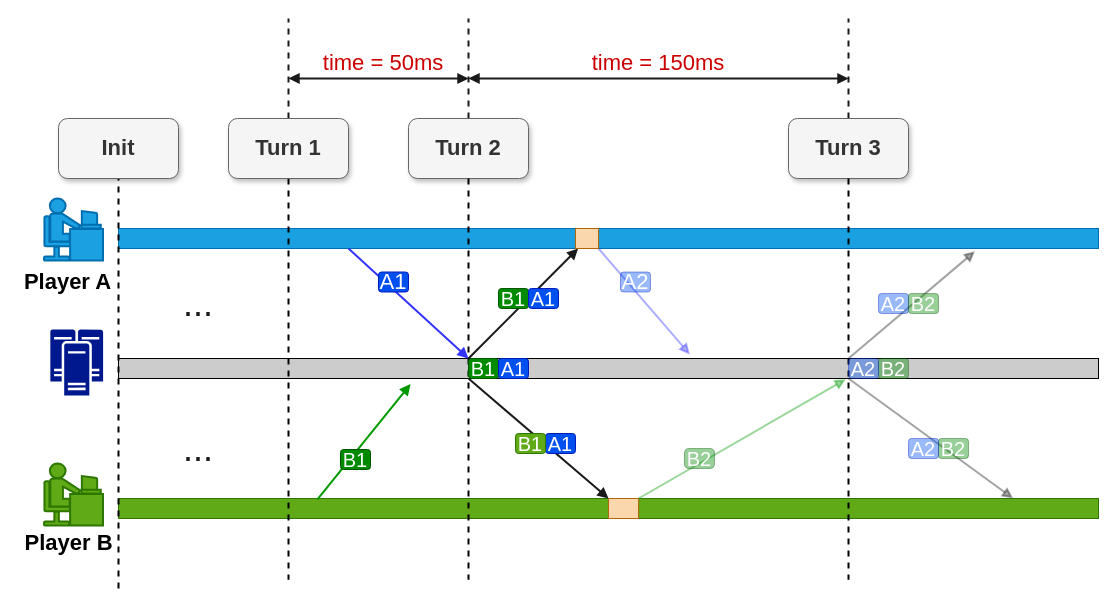
Earlier version of the draw.io diagram page "确定性帧同步" (16 of 51) of booming/Booming ypwangv9.0 final new 104ppt-17.drawio (yrdimple/flowChart). Source tidied: cells renumbered, new cells numbered last; positions are measured from the earlier drawing's top-left corner, leaving out a move shared by most shapes. Both pictures are drawn from the tidied source at 100%, with x=0, y=0 at pixel (17, 18).
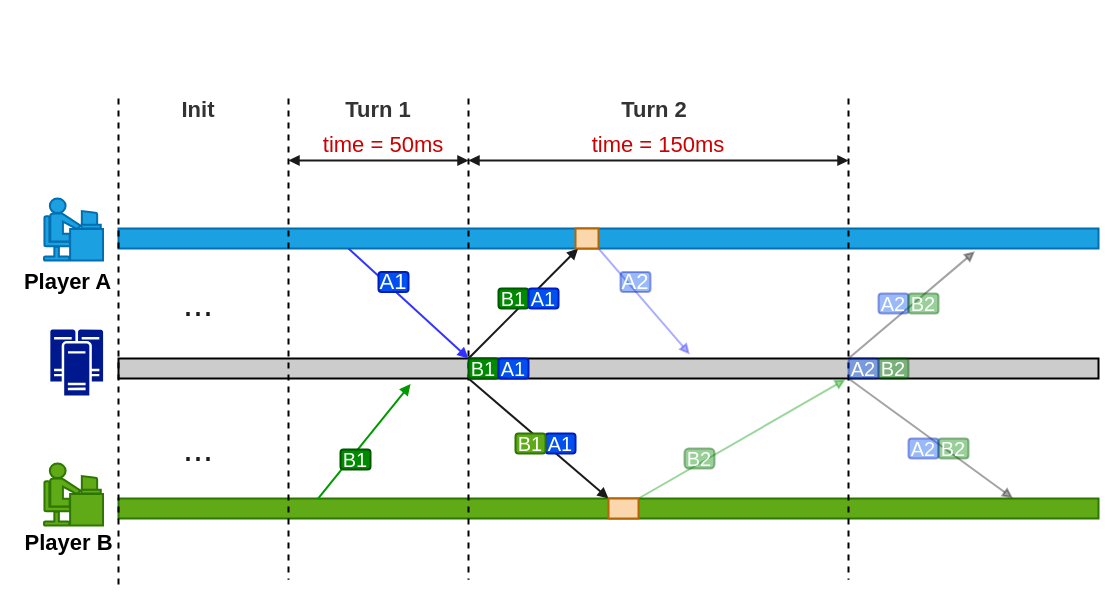
Above is the later version.

What changed in the source:
```diff
@@
-    <mxCell id="2" style="rounded=0;whiteSpace=wrap;html=1;fillColor=#CCCCCC;" parent="1" vertex="1">
+    <mxCell id="2" style="rounded=0;whiteSpace=wrap;html=1;fillColor=#CCCCCC;strokeWidth=2;" parent="1" vertex="1">
       <mxGeometry x="101" y="340" width="980" height="20" as="geometry" />
     </mxCell>
-    <mxCell id="3" style="rounded=0;whiteSpace=wrap;html=1;fillColor=#60a917;strokeColor=#2D7600;fontColor=#ffffff;" parent="1" vertex="1">
+    <mxCell id="3" style="rounded=0;whiteSpace=wrap;html=1;fillColor=#60a917;strokeColor=#2D7600;fontColor=#ffffff;strokeWidth=2;" parent="1" vertex="1">
       <mxGeometry x="101" y="480" width="980" height="20" as="geometry" />
     </mxCell>
-    <mxCell id="4" style="rounded=0;whiteSpace=wrap;html=1;fillColor=#1ba1e2;strokeColor=#006EAF;fontColor=#ffffff;" parent="1" vertex="1">
+    <mxCell id="4" style="rounded=0;whiteSpace=wrap;html=1;fillColor=#1ba1e2;strokeColor=#006EAF;fontColor=#ffffff;strokeWidth=2;" parent="1" vertex="1">
       <mxGeometry x="101" y="210" width="980" height="20" as="geometry" />
     </mxCell>
     <mxCell id="5" style="edgeStyle=none;rounded=0;orthogonalLoop=1;jettySize=auto;html=1;dashed=1;endArrow=none;endFill=0;strokeWidth=2;" parent="1" edge="1">
       <mxGeometry relative="1" as="geometry">
-        <mxPoint x="101" y="120" as="sourcePoint" />
+        <mxPoint x="101" y="80" as="sourcePoint" />
         <mxPoint x="101" y="570" as="targetPoint" />
       </mxGeometry>
     </mxCell>
-    <mxCell id="6" style="edgeStyle=orthogonalEdgeStyle;rounded=0;jettySize=auto;html=1;dashed=1;endArrow=none;endFill=0;strokeWidth=2;" parent="1" edge="1" source="8">
+    <mxCell id="6" style="edgeStyle=orthogonalEdgeStyle;rounded=0;orthogonalLoop=1;jettySize=auto;html=1;dashed=1;endArrow=none;endFill=0;strokeWidth=2;" parent="1" edge="1">
       <mxGeometry relative="1" as="geometry">
+        <mxPoint x="271" y="80" as="sourcePoint" />
         <mxPoint x="271" y="561.3" as="targetPoint" />
       </mxGeometry>
     </mxCell>
-    <mxCell id="7" style="edgeStyle=none;rounded=0;jettySize=auto;html=1;dashed=1;fontSize=22;fontColor=#CC0000;endArrow=none;endFill=0;strokeColor=#1A1A1A;strokeWidth=2;" parent="1" edge="1" source="8">
-      <mxGeometry relative="1" as="geometry">
-        <mxPoint x="271" as="targetPoint" />
-      </mxGeometry>
-    </mxCell>
-    <mxCell id="8" value="Turn 1" style="rounded=1;whiteSpace=wrap;html=1;fontSize=22;fillColor=#f5f5f5;strokeColor=#666666;fontColor=#333333;shadow=1;sketch=0;glass=0;fontStyle=1;" parent="1" vertex="1">
-      <mxGeometry x="211" y="100" width="120" height="60" as="geometry" />
-    </mxCell>
-    <mxCell id="9" style="edgeStyle=none;rounded=0;jettySize=auto;html=1;exitX=0.5;exitY=0;exitDx=0;exitDy=0;dashed=1;fontSize=22;fontColor=#CC0000;endArrow=none;endFill=0;strokeColor=#1A1A1A;strokeWidth=2;" parent="1" edge="1" source="10">
-      <mxGeometry relative="1" as="geometry">
-        <mxPoint x="451" as="targetPoint" />
-      </mxGeometry>
-    </mxCell>
-    <mxCell id="10" value="Turn 2" style="rounded=1;whiteSpace=wrap;html=1;fontSize=22;fillColor=#f5f5f5;strokeColor=#666666;fontColor=#333333;shadow=1;sketch=0;glass=0;fontStyle=1;" parent="1" vertex="1">
-      <mxGeometry x="391" y="100" width="120" height="60" as="geometry" />
-    </mxCell>
-    <mxCell id="11" style="edgeStyle=orthogonalEdgeStyle;rounded=0;jettySize=auto;html=1;dashed=1;endArrow=none;endFill=0;strokeWidth=2;" parent="1" edge="1" source="10">
+    <mxCell id="11" style="edgeStyle=orthogonalEdgeStyle;rounded=0;orthogonalLoop=1;jettySize=auto;html=1;dashed=1;endArrow=none;endFill=0;strokeWidth=2;" parent="1" edge="1">
       <mxGeometry relative="1" as="geometry">
+        <mxPoint x="451" y="80" as="sourcePoint" />
         <mxPoint x="451" y="561.3" as="targetPoint" />
       </mxGeometry>
     </mxCell>
-    <mxCell id="12" style="edgeStyle=none;rounded=0;jettySize=auto;html=1;dashed=1;fontSize=22;fontColor=#CC0000;endArrow=none;endFill=0;strokeColor=#1A1A1A;strokeWidth=2;" parent="1" edge="1" source="13">
-      <mxGeometry relative="1" as="geometry">
-        <mxPoint x="831" as="targetPoint" />
-      </mxGeometry>
-    </mxCell>
-    <mxCell id="13" value="Turn 3" style="rounded=1;whiteSpace=wrap;html=1;fontSize=22;fillColor=#f5f5f5;strokeColor=#666666;fontColor=#333333;shadow=1;sketch=0;glass=0;fontStyle=1;" parent="1" vertex="1">
-      <mxGeometry x="771" y="100" width="120" height="60" as="geometry" />
-    </mxCell>
-    <mxCell id="14" style="edgeStyle=orthogonalEdgeStyle;rounded=0;jettySize=auto;html=1;dashed=1;endArrow=none;endFill=0;strokeWidth=2;" parent="1" edge="1" source="13">
+    <mxCell id="14" style="edgeStyle=orthogonalEdgeStyle;rounded=0;orthogonalLoop=1;jettySize=auto;html=1;dashed=1;endArrow=none;endFill=0;strokeWidth=2;" parent="1" edge="1">
       <mxGeometry relative="1" as="geometry">
+        <mxPoint x="831" y="80" as="sourcePoint" />
         <mxPoint x="831" y="561.3" as="targetPoint" />
       </mxGeometry>
     </mxCell>
@@
-    <mxCell id="23" value="Init" style="rounded=1;whiteSpace=wrap;html=1;fontSize=22;fillColor=#f5f5f5;strokeColor=#666666;fontColor=#333333;shadow=1;sketch=0;glass=0;fontStyle=1;" parent="1" vertex="1">
-      <mxGeometry x="41" y="100" width="120" height="60" as="geometry" />
-    </mxCell>
     <mxCell id="24" style="endArrow=block;startArrow=block;html=1;rounded=0;fontSize=22;fontColor=#CC0000;strokeColor=#1A1A1A;strokeWidth=2;endFill=1;startFill=1;" parent="1" edge="1">
       <mxGeometry relative="1" as="geometry">
-        <mxPoint x="271" y="60" as="sourcePoint" />
-        <mxPoint x="451" y="60" as="targetPoint" />
+        <mxPoint x="271" y="142" as="sourcePoint" />
+        <mxPoint x="451" y="142" as="targetPoint" />
       </mxGeometry>
     </mxCell>
     <mxCell id="25" style="endArrow=block;startArrow=block;html=1;rounded=0;fontSize=22;fontColor=#CC0000;strokeColor=#1A1A1A;strokeWidth=2;endFill=1;startFill=1;" parent="1" edge="1">
       <mxGeometry relative="1" as="geometry">
-        <mxPoint x="451" y="60" as="sourcePoint" />
-        <mxPoint x="831" y="60" as="targetPoint" />
+        <mxPoint x="451" y="142" as="sourcePoint" />
+        <mxPoint x="831" y="142" as="targetPoint" />
       </mxGeometry>
     </mxCell>
-    <mxCell id="26" value="time = 50ms" style="text;html=1;strokeColor=none;fillColor=none;align=center;verticalAlign=middle;whiteSpace=wrap;rounded=0;fontSize=22;fontColor=#CC0000;" parent="1" vertex="1">
-      <mxGeometry x="301" y="30" width="130" height="30" as="geometry" />
+    <mxCell id="26" value="time = 50ms" style="text;html=1;strokeColor=none;fillColor=none;align=center;verticalAlign=middle;whiteSpace=wrap;rounded=0;fontSize=22;fontColor=#CC0000;strokeWidth=2;" parent="1" vertex="1">
+      <mxGeometry x="301" y="112" width="130" height="30" as="geometry" />
     </mxCell>
-    <mxCell id="27" value="time = 150ms" style="text;html=1;strokeColor=none;fillColor=none;align=center;verticalAlign=middle;whiteSpace=wrap;rounded=0;fontSize=22;fontColor=#CC0000;" parent="1" vertex="1">
-      <mxGeometry x="531" y="30" width="220" height="30" as="geometry" />
+    <mxCell id="27" value="time = 150ms" style="text;html=1;strokeColor=none;fillColor=none;align=center;verticalAlign=middle;whiteSpace=wrap;rounded=0;fontSize=22;fontColor=#CC0000;strokeWidth=2;" parent="1" vertex="1">
+      <mxGeometry x="531" y="112" width="220" height="30" as="geometry" />
     </mxCell>
-    <mxCell id="28" value="..." style="text;html=1;strokeColor=none;fillColor=none;align=center;verticalAlign=middle;whiteSpace=wrap;rounded=0;fontSize=36;fontColor=#1A1A1A;strokeWidth=1;" parent="1" vertex="1">
+    <mxCell id="28" value="..." style="text;html=1;strokeColor=none;fillColor=none;align=center;verticalAlign=middle;whiteSpace=wrap;rounded=0;fontSize=36;fontColor=#1A1A1A;strokeWidth=2;" parent="1" vertex="1">
       <mxGeometry x="151" y="270" width="60" height="30" as="geometry" />
     </mxCell>
-    <mxCell id="29" value="..." style="text;html=1;strokeColor=none;fillColor=none;align=center;verticalAlign=middle;whiteSpace=wrap;rounded=0;fontSize=36;fontColor=#1A1A1A;strokeWidth=1;" parent="1" vertex="1">
+    <mxCell id="29" value="..." style="text;html=1;strokeColor=none;fillColor=none;align=center;verticalAlign=middle;whiteSpace=wrap;rounded=0;fontSize=36;fontColor=#1A1A1A;strokeWidth=2;" parent="1" vertex="1">
       <mxGeometry x="151" y="415" width="60" height="30" as="geometry" />
     </mxCell>
-    <mxCell id="30" value="B1" style="rounded=1;whiteSpace=wrap;html=1;fontSize=20;fontColor=#ffffff;strokeWidth=1;fillColor=#008a00;strokeColor=#005700;" parent="1" vertex="1">
+    <mxCell id="30" value="B1" style="rounded=1;whiteSpace=wrap;html=1;fontSize=20;fontColor=#ffffff;strokeWidth=2;fillColor=#008a00;strokeColor=#005700;" parent="1" vertex="1">
       <mxGeometry x="451" y="340" width="30" height="20" as="geometry" />
     </mxCell>
-    <mxCell id="31" value="A1" style="rounded=1;whiteSpace=wrap;html=1;fontSize=20;fontColor=#ffffff;strokeWidth=1;fillColor=#0050ef;strokeColor=#001DBC;" parent="1" vertex="1">
+    <mxCell id="31" value="A1" style="rounded=1;whiteSpace=wrap;html=1;fontSize=20;fontColor=#ffffff;strokeWidth=2;fillColor=#0050ef;strokeColor=#001DBC;" parent="1" vertex="1">
       <mxGeometry x="481" y="340" width="30" height="20" as="geometry" />
     </mxCell>
-    <mxCell id="32" value="B1" style="rounded=1;whiteSpace=wrap;html=1;fontSize=20;fontColor=#ffffff;strokeWidth=1;fillColor=#008a00;strokeColor=#005700;" parent="1" vertex="1">
+    <mxCell id="32" value="B1" style="rounded=1;whiteSpace=wrap;html=1;fontSize=20;fontColor=#ffffff;strokeWidth=2;fillColor=#008a00;strokeColor=#005700;" parent="1" vertex="1">
       <mxGeometry x="481" y="270" width="30" height="20" as="geometry" />
     </mxCell>
-    <mxCell id="33" value="A1" style="rounded=1;whiteSpace=wrap;html=1;fontSize=20;fontColor=#ffffff;strokeWidth=1;fillColor=#0050ef;strokeColor=#001DBC;" parent="1" vertex="1">
+    <mxCell id="33" value="A1" style="rounded=1;whiteSpace=wrap;html=1;fontSize=20;fontColor=#ffffff;strokeWidth=2;fillColor=#0050ef;strokeColor=#001DBC;" parent="1" vertex="1">
       <mxGeometry x="511" y="270" width="30" height="20" as="geometry" />
     </mxCell>
-    <mxCell id="34" value="A1" style="rounded=1;whiteSpace=wrap;html=1;fontSize=20;fontColor=#ffffff;strokeWidth=1;fillColor=#0050ef;strokeColor=#001DBC;" parent="1" vertex="1">
+    <mxCell id="34" value="A1" style="rounded=1;whiteSpace=wrap;html=1;fontSize=20;fontColor=#ffffff;strokeWidth=2;fillColor=#0050ef;strokeColor=#001DBC;" parent="1" vertex="1">
       <mxGeometry x="528" y="415" width="30" height="20" as="geometry" />
     </mxCell>
-    <mxCell id="35" value="B1" style="rounded=1;whiteSpace=wrap;html=1;fontSize=20;fontColor=#ffffff;strokeWidth=1;fillColor=#60a917;strokeColor=#2D7600;" parent="1" vertex="1">
+    <mxCell id="35" value="B1" style="rounded=1;whiteSpace=wrap;html=1;fontSize=20;fontColor=#ffffff;strokeWidth=2;fillColor=#60a917;strokeColor=#2D7600;" parent="1" vertex="1">
       <mxGeometry x="498" y="415" width="30" height="20" as="geometry" />
     </mxCell>
-    <mxCell id="36" value="B2" style="rounded=1;whiteSpace=wrap;html=1;fontSize=20;fontColor=#ffffff;strokeWidth=1;fillColor=#008a00;strokeColor=#005700;opacity=40;" parent="1" vertex="1">
+    <mxCell id="36" value="B2" style="rounded=1;whiteSpace=wrap;html=1;fontSize=20;fontColor=#ffffff;strokeWidth=2;fillColor=#008a00;strokeColor=#005700;opacity=40;" parent="1" vertex="1">
       <mxGeometry x="861" y="340" width="30" height="20" as="geometry" />
     </mxCell>
-    <mxCell id="37" value="A2" style="rounded=1;whiteSpace=wrap;html=1;fontSize=20;fontColor=#ffffff;strokeWidth=1;fillColor=#0050ef;strokeColor=#001DBC;opacity=40;" parent="1" vertex="1">
+    <mxCell id="37" value="A2" style="rounded=1;whiteSpace=wrap;html=1;fontSize=20;fontColor=#ffffff;strokeWidth=2;fillColor=#0050ef;strokeColor=#001DBC;opacity=40;" parent="1" vertex="1">
       <mxGeometry x="831" y="340" width="30" height="20" as="geometry" />
     </mxCell>
-    <mxCell id="38" value="A2" style="rounded=1;whiteSpace=wrap;html=1;fontSize=20;fontColor=#ffffff;strokeWidth=1;fillColor=#0050ef;strokeColor=#001DBC;opacity=40;" parent="1" vertex="1">
+    <mxCell id="38" value="A2" style="rounded=1;whiteSpace=wrap;html=1;fontSize=20;fontColor=#ffffff;strokeWidth=2;fillColor=#0050ef;strokeColor=#001DBC;opacity=40;" parent="1" vertex="1">
       <mxGeometry x="861" y="275" width="30" height="20" as="geometry" />
     </mxCell>
-    <mxCell id="39" value="B2" style="rounded=1;whiteSpace=wrap;html=1;fontSize=20;fontColor=#ffffff;strokeWidth=1;fillColor=#008a00;strokeColor=#005700;opacity=40;" parent="1" vertex="1">
+    <mxCell id="39" value="B2" style="rounded=1;whiteSpace=wrap;html=1;fontSize=20;fontColor=#ffffff;strokeWidth=2;fillColor=#008a00;strokeColor=#005700;opacity=40;" parent="1" vertex="1">
       <mxGeometry x="891" y="275" width="30" height="20" as="geometry" />
     </mxCell>
-    <mxCell id="40" value="B2" style="rounded=1;whiteSpace=wrap;html=1;fontSize=20;fontColor=#ffffff;strokeWidth=1;fillColor=#008a00;strokeColor=#005700;opacity=40;" parent="1" vertex="1">
+    <mxCell id="40" value="B2" style="rounded=1;whiteSpace=wrap;html=1;fontSize=20;fontColor=#ffffff;strokeWidth=2;fillColor=#008a00;strokeColor=#005700;opacity=40;" parent="1" vertex="1">
       <mxGeometry x="921" y="420" width="30" height="20" as="geometry" />
     </mxCell>
-    <mxCell id="41" value="A2" style="rounded=1;whiteSpace=wrap;html=1;fontSize=20;fontColor=#ffffff;strokeWidth=1;fillColor=#0050ef;strokeColor=#001DBC;opacity=40;" parent="1" vertex="1">
+    <mxCell id="41" value="A2" style="rounded=1;whiteSpace=wrap;html=1;fontSize=20;fontColor=#ffffff;strokeWidth=2;fillColor=#0050ef;strokeColor=#001DBC;opacity=40;" parent="1" vertex="1">
       <mxGeometry x="891" y="420" width="30" height="20" as="geometry" />
     </mxCell>
-    <mxCell id="42" style="rounded=0;whiteSpace=wrap;html=1;fontSize=20;strokeWidth=1;fillColor=#fad7ac;strokeColor=#b46504;" parent="1" vertex="1">
+    <mxCell id="42" style="rounded=0;whiteSpace=wrap;html=1;fontSize=20;strokeWidth=2;fillColor=#fad7ac;strokeColor=#b46504;" parent="1" vertex="1">
       <mxGeometry x="558" y="210" width="23" height="20" as="geometry" />
     </mxCell>
-    <mxCell id="43" style="rounded=0;whiteSpace=wrap;html=1;fontSize=20;strokeWidth=1;fillColor=#fad7ac;strokeColor=#b46504;" parent="1" vertex="1">
+    <mxCell id="43" style="rounded=0;whiteSpace=wrap;html=1;fontSize=20;strokeWidth=2;fillColor=#fad7ac;strokeColor=#b46504;" parent="1" vertex="1">
       <mxGeometry x="591" y="480" width="30" height="20" as="geometry" />
     </mxCell>
@@
-    <mxCell id="46" style="sketch=0;shadow=0;dashed=0;html=1;strokeColor=none;labelPosition=center;verticalLabelPosition=bottom;verticalAlign=top;align=center;fillColor=#00188D;shape=mxgraph.mscae.enterprise.cluster_server;rounded=0;fontSize=22;fontStyle=1;strokeWidth=3;" parent="1" vertex="1">
+    <mxCell id="46" style="sketch=0;shadow=0;dashed=0;html=1;strokeColor=none;labelPosition=center;verticalLabelPosition=bottom;verticalAlign=top;align=center;fillColor=#00188D;shape=mxgraph.mscae.enterprise.cluster_server;rounded=0;fontSize=22;fontStyle=1;strokeWidth=2;" parent="1" vertex="1">
       <mxGeometry x="32.8" y="311" width="52.8" height="65.9" as="geometry" />
     </mxCell>
-    <mxCell id="47" value="&lt;font style=&quot;font-size: 22px;&quot;&gt;&lt;b style=&quot;font-size: 22px;&quot;&gt;Player A&lt;/b&gt;&lt;/font&gt;" style="rounded=0;whiteSpace=wrap;html=1;fillColor=none;strokeColor=none;fontSize=22;" parent="1" vertex="1">
+    <mxCell id="47" value="&lt;font style=&quot;font-size: 22px;&quot;&gt;&lt;b style=&quot;font-size: 22px;&quot;&gt;Player A&lt;/b&gt;&lt;/font&gt;" style="rounded=0;whiteSpace=wrap;html=1;fillColor=none;strokeColor=none;fontSize=22;strokeWidth=2;" parent="1" vertex="1">
       <mxGeometry y="246" width="101" height="35" as="geometry" />
     </mxCell>
-    <mxCell id="48" value="&lt;font style=&quot;font-size: 22px;&quot;&gt;&lt;b style=&quot;font-size: 22px;&quot;&gt;Player B&lt;/b&gt;&lt;/font&gt;" style="rounded=0;whiteSpace=wrap;html=1;fillColor=none;strokeColor=none;fontSize=22;" parent="1" vertex="1">
+    <mxCell id="48" value="&lt;font style=&quot;font-size: 22px;&quot;&gt;&lt;b style=&quot;font-size: 22px;&quot;&gt;Player B&lt;/b&gt;&lt;/font&gt;" style="rounded=0;whiteSpace=wrap;html=1;fillColor=none;strokeColor=none;fontSize=22;strokeWidth=2;" parent="1" vertex="1">
       <mxGeometry x="2" y="507" width="99" height="35" as="geometry" />
     </mxCell>
-    <mxCell id="49" value="A1" style="rounded=1;whiteSpace=wrap;html=1;fontSize=22;fontColor=#ffffff;strokeWidth=1;fillColor=#0050ef;strokeColor=#001DBC;" parent="1" vertex="1">
+    <mxCell id="49" value="A1" style="rounded=1;whiteSpace=wrap;html=1;fontSize=22;fontColor=#ffffff;strokeWidth=2;fillColor=#0050ef;strokeColor=#001DBC;" parent="1" vertex="1">
       <mxGeometry x="361" y="253.5" width="30" height="20" as="geometry" />
     </mxCell>
-    <mxCell id="50" value="B1" style="rounded=1;whiteSpace=wrap;html=1;fontSize=20;fontColor=#ffffff;strokeWidth=1;fillColor=#008a00;strokeColor=#005700;arcSize=15;" parent="1" vertex="1">
+    <mxCell id="50" value="B1" style="rounded=1;whiteSpace=wrap;html=1;fontSize=20;fontColor=#ffffff;strokeWidth=2;fillColor=#008a00;strokeColor=#005700;arcSize=15;" parent="1" vertex="1">
       <mxGeometry x="323" y="431" width="30" height="20" as="geometry" />
     </mxCell>
-    <mxCell id="51" value="B2" style="rounded=1;whiteSpace=wrap;html=1;fontSize=20;fontColor=#ffffff;strokeWidth=1;fillColor=#008a00;strokeColor=#005700;arcSize=21;opacity=40;" parent="1" vertex="1">
+    <mxCell id="51" value="B2" style="rounded=1;whiteSpace=wrap;html=1;fontSize=20;fontColor=#ffffff;strokeWidth=2;fillColor=#008a00;strokeColor=#005700;arcSize=21;opacity=40;" parent="1" vertex="1">
       <mxGeometry x="667" y="430" width="30" height="20" as="geometry" />
     </mxCell>
-    <mxCell id="52" value="A2" style="rounded=1;whiteSpace=wrap;html=1;fontSize=22;fontColor=#ffffff;strokeWidth=1;fillColor=#0050ef;strokeColor=#001DBC;opacity=40;" parent="1" vertex="1">
+    <mxCell id="52" value="A2" style="rounded=1;whiteSpace=wrap;html=1;fontSize=22;fontColor=#ffffff;strokeWidth=2;fillColor=#0050ef;strokeColor=#001DBC;opacity=40;" parent="1" vertex="1">
       <mxGeometry x="603" y="253.5" width="30" height="20" as="geometry" />
     </mxCell>
+    <mxCell id="8" value="Turn 1" style="rounded=1;whiteSpace=wrap;html=1;fontSize=22;fillColor=none;strokeColor=none;fontColor=#333333;shadow=1;sketch=0;glass=0;fontStyle=1;strokeWidth=2;" parent="1" vertex="1">
+      <mxGeometry x="301" y="62" width="120" height="60" as="geometry" />
+    </mxCell>
+    <mxCell id="10" value="Turn 2" style="rounded=1;whiteSpace=wrap;html=1;fontSize=22;fillColor=none;strokeColor=none;fontColor=#333333;shadow=1;sketch=0;glass=0;fontStyle=1;strokeWidth=2;" parent="1" vertex="1">
+      <mxGeometry x="577" y="62" width="120" height="60" as="geometry" />
+    </mxCell>
+    <mxCell id="23" value="Init" style="rounded=1;whiteSpace=wrap;html=1;fontSize=22;fillColor=none;strokeColor=none;fontColor=#333333;shadow=1;sketch=0;glass=0;fontStyle=1;strokeWidth=2;" parent="1" vertex="1">
+      <mxGeometry x="121" y="62" width="120" height="60" as="geometry" />
+    </mxCell>
```
